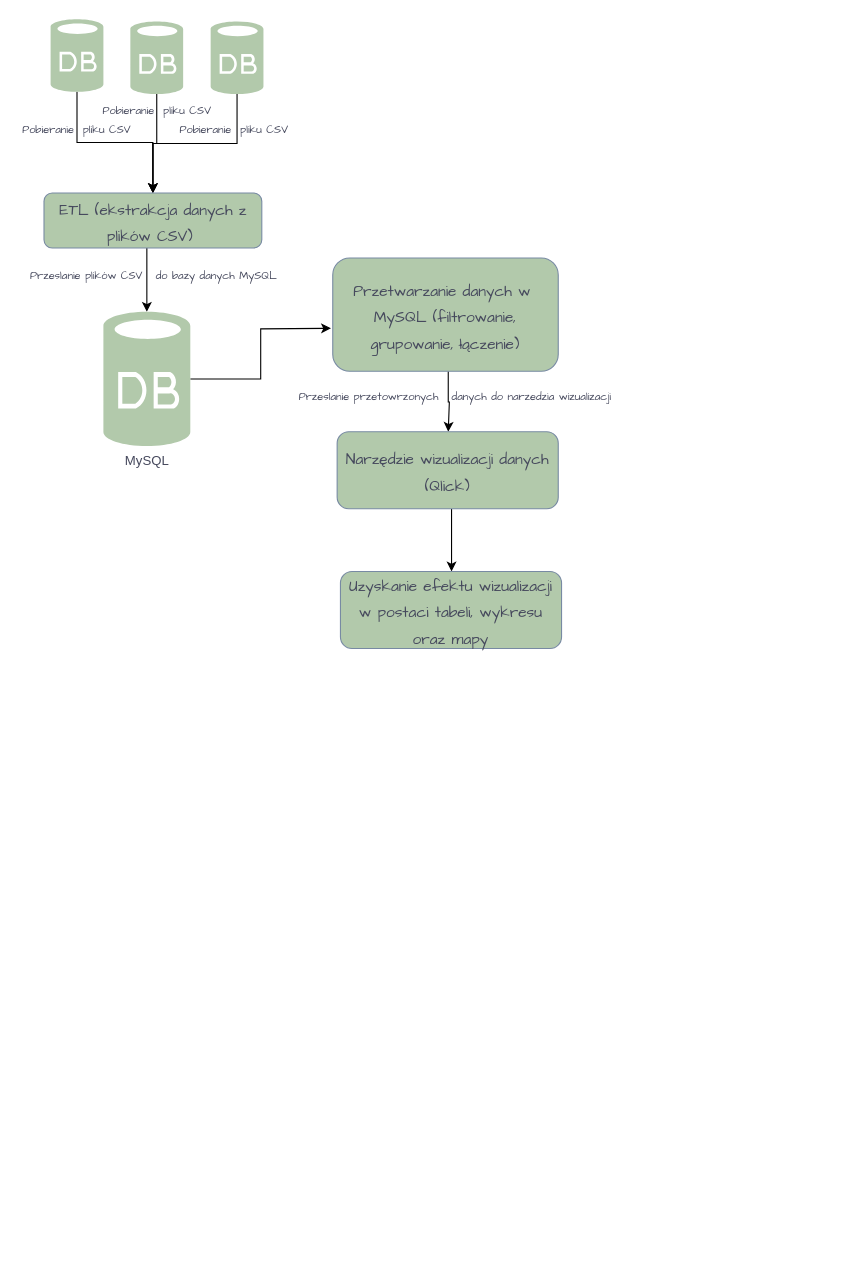
This is Diagram bez tytułu.drawio from Kokarollka/praca-dyplomowa-gr3, a draw.io file, before an edit. Source tidied: cells renumbered, new cells numbered last; positions are measured from the earlier drawing's top-left corner, leaving out a move shared by most shapes. Both pictures are drawn from the tidied source at 110%, with x=0, y=0 at pixel (19, 19).
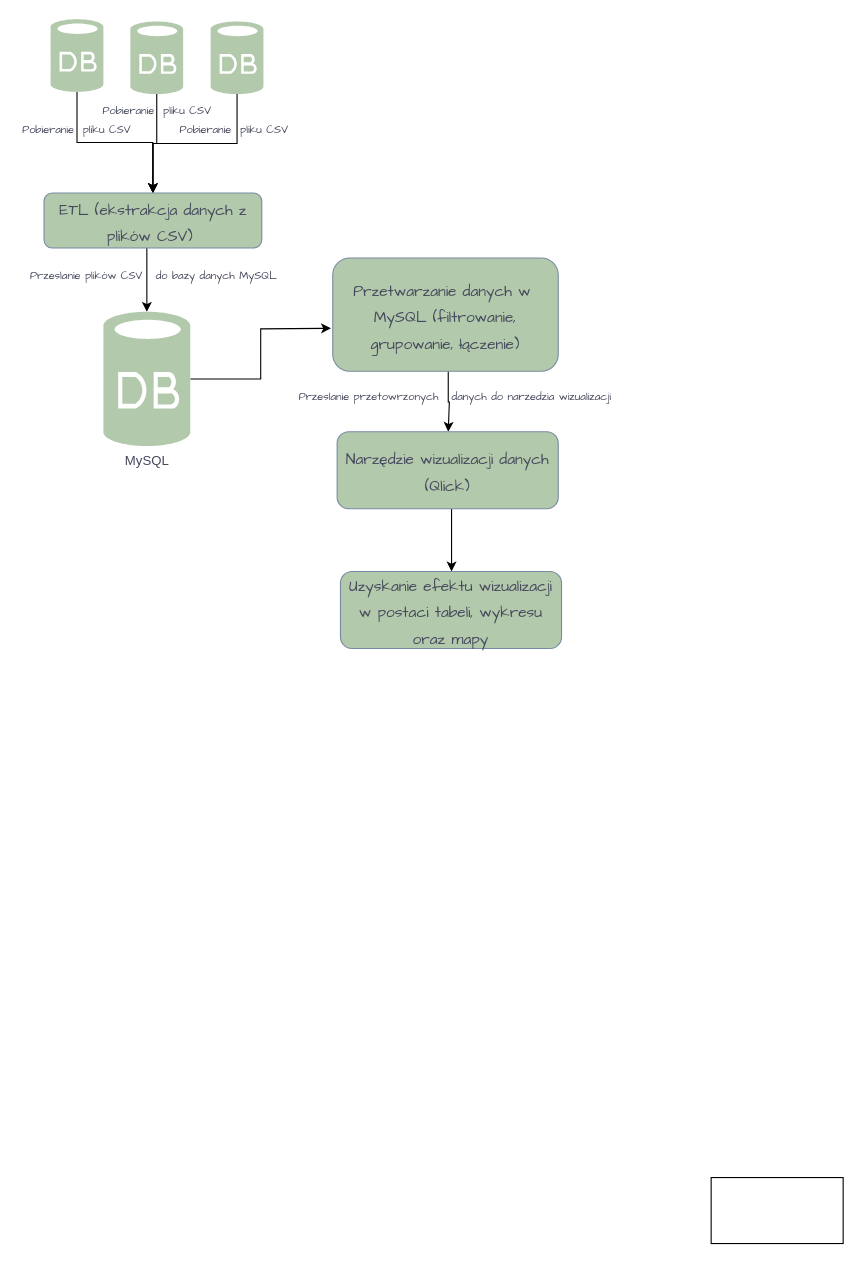
The same page after the edit.

Commit message:
Dodalam kwadrat

What changed in the source:
```diff
@@
+    <mxCell id="22" style="rounded=0;whiteSpace=wrap;html=1;" parent="1" vertex="1">
+      <mxGeometry x="629" y="1053" width="120" height="60" as="geometry" />
+    </mxCell>
```
